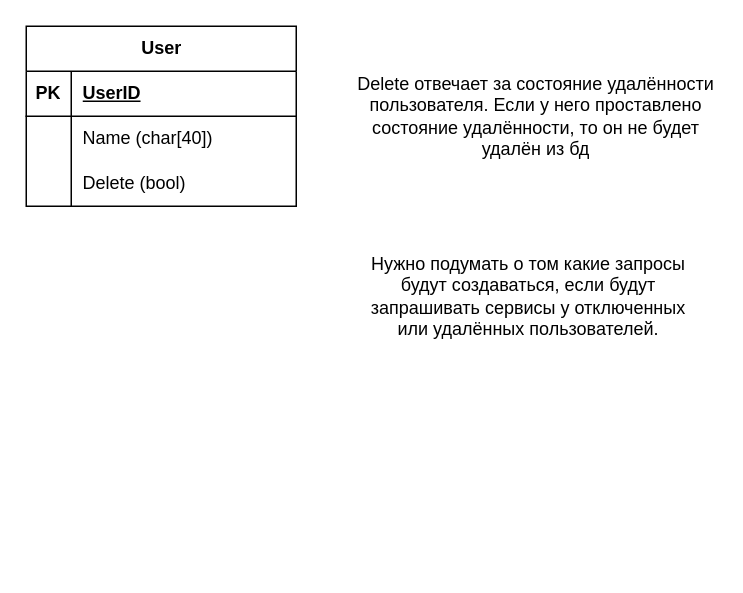
Above: Диаграмма без названия.drawio in wsur/ReserveIO (draw.io), before the change. Source tidied: cells renumbered, new cells numbered last; positions are measured from the earlier drawing's top-left corner, leaving out a move shared by most shapes. Both pictures are drawn from the tidied source at 150%, with x=0, y=0 at pixel (26, 26).
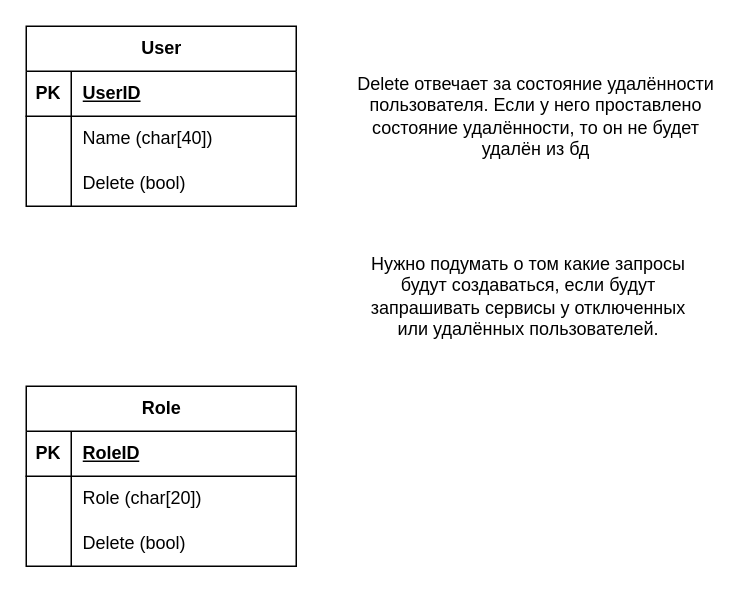
The same page after the edit.

Change to the diagram source:
```diff
@@
+    <mxCell id="14" value="Role" style="shape=table;startSize=30;childLayout=tableLayout;rowLines=0;fontStyle=1;align=center;html=1;" parent="1" vertex="1">
+      <mxGeometry y="240" width="180" height="120" as="geometry" />
+    </mxCell>
+    <mxCell id="15" style="shape=tableRow;horizontal=0;startSize=0;swimlaneHead=0;swimlaneBody=0;fillColor=none;top=0;left=0;right=0;bottom=1;" parent="14" vertex="1">
+      <mxGeometry y="30" width="180" height="30" as="geometry" />
+    </mxCell>
+    <mxCell id="16" value="PK" style="shape=partialRectangle;fillColor=none;top=0;left=0;bottom=0;right=0;fontStyle=1;overflow=hidden;whiteSpace=wrap;html=1;" parent="15" vertex="1">
+      <mxGeometry width="30" height="30" as="geometry" />
+    </mxCell>
+    <mxCell id="17" value="RoleID" style="shape=partialRectangle;fillColor=none;top=0;left=0;bottom=0;right=0;align=left;spacingLeft=6;fontStyle=5;overflow=hidden;whiteSpace=wrap;html=1;" parent="15" vertex="1">
+      <mxGeometry x="30" width="150" height="30" as="geometry" />
+    </mxCell>
+    <mxCell id="18" style="shape=tableRow;horizontal=0;startSize=0;swimlaneHead=0;swimlaneBody=0;fillColor=none;top=0;left=0;right=0;bottom=0;" parent="14" vertex="1">
+      <mxGeometry y="60" width="180" height="30" as="geometry" />
+    </mxCell>
+    <mxCell id="19" style="shape=partialRectangle;fillColor=none;top=0;left=0;bottom=0;right=0;overflow=hidden;whiteSpace=wrap;html=1;" parent="18" vertex="1">
+      <mxGeometry width="30" height="30" as="geometry" />
+    </mxCell>
+    <mxCell id="20" value="Role (char[20])" style="shape=partialRectangle;fillColor=none;top=0;left=0;bottom=0;right=0;align=left;spacingLeft=6;overflow=hidden;whiteSpace=wrap;html=1;" parent="18" vertex="1">
+      <mxGeometry x="30" width="150" height="30" as="geometry" />
+    </mxCell>
+    <mxCell id="21" style="shape=tableRow;horizontal=0;startSize=0;swimlaneHead=0;swimlaneBody=0;fillColor=none;top=0;left=0;right=0;bottom=0;" parent="14" vertex="1">
+      <mxGeometry y="90" width="180" height="30" as="geometry" />
+    </mxCell>
+    <mxCell id="22" style="shape=partialRectangle;fillColor=none;top=0;left=0;bottom=0;right=0;overflow=hidden;whiteSpace=wrap;html=1;" parent="21" vertex="1">
+      <mxGeometry width="30" height="30" as="geometry" />
+    </mxCell>
+    <mxCell id="23" value="Delete (bool)" style="shape=partialRectangle;fillColor=none;top=0;left=0;bottom=0;right=0;align=left;spacingLeft=6;overflow=hidden;whiteSpace=wrap;html=1;" parent="21" vertex="1">
+      <mxGeometry x="30" width="150" height="30" as="geometry" />
+    </mxCell>
```
